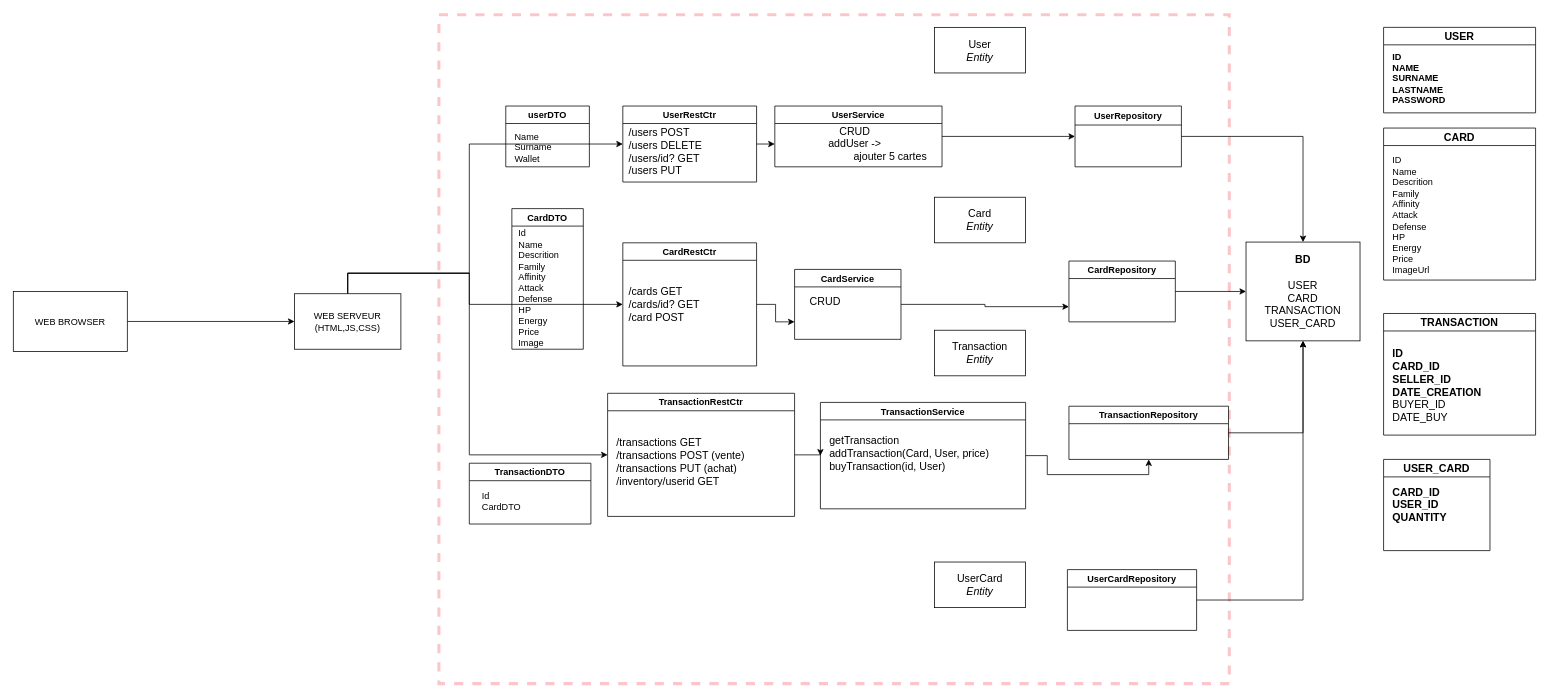
Before: Atelier2/atelier2.drawio in GOROVSKY/ASI_CPE, a draw.io diagram. Source tidied: cells renumbered, new cells numbered last; positions are measured from the earlier drawing's top-left corner, leaving out a move shared by most shapes. Both pictures are drawn from the tidied source at 76%, with x=0, y=0 at pixel (13, 14).
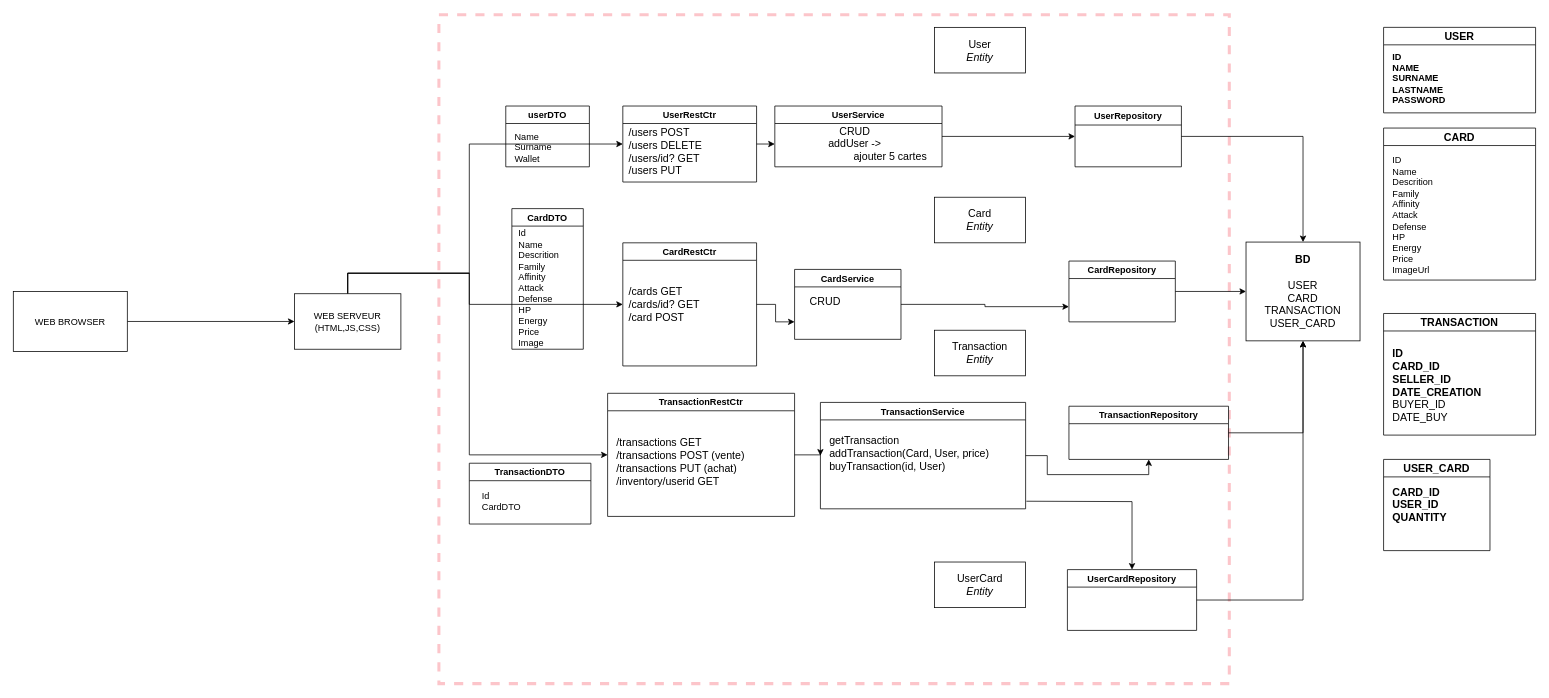
Above is the later version.

Unchanged cells that the change refers to:
```xml
<mxCell id="43" value="UserCardRepository" style="swimlane;" parent="1" vertex="1">
  <mxGeometry x="1387" y="730" width="170" height="80" as="geometry" />
</mxCell>
```

Change to the diagram source:
```diff
@@
+    <mxCell id="54" style="edgeStyle=orthogonalEdgeStyle;rounded=0;jettySize=auto;html=1;" parent="1" edge="1" target="43">
+      <mxGeometry relative="1" as="geometry">
+        <mxPoint x="1333" y="640" as="sourcePoint" />
+      </mxGeometry>
+    </mxCell>
```
